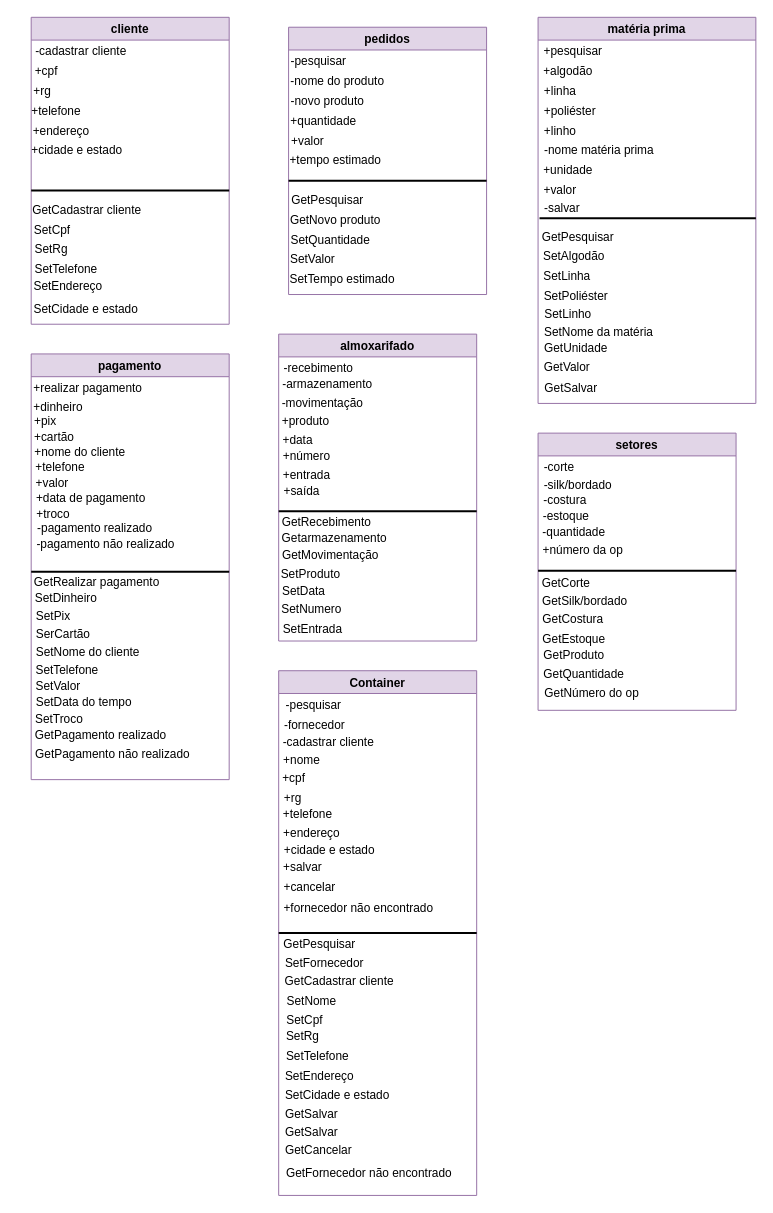
Earlier version of the draw.io diagram classes.drawio (vikjadach/fluxo1grama). Source tidied: cells renumbered, new cells numbered last; positions are measured from the earlier drawing's top-left corner, leaving out a move shared by most shapes. Both pictures are drawn from the tidied source at 99%, with x=0, y=0 at pixel (17, 17).
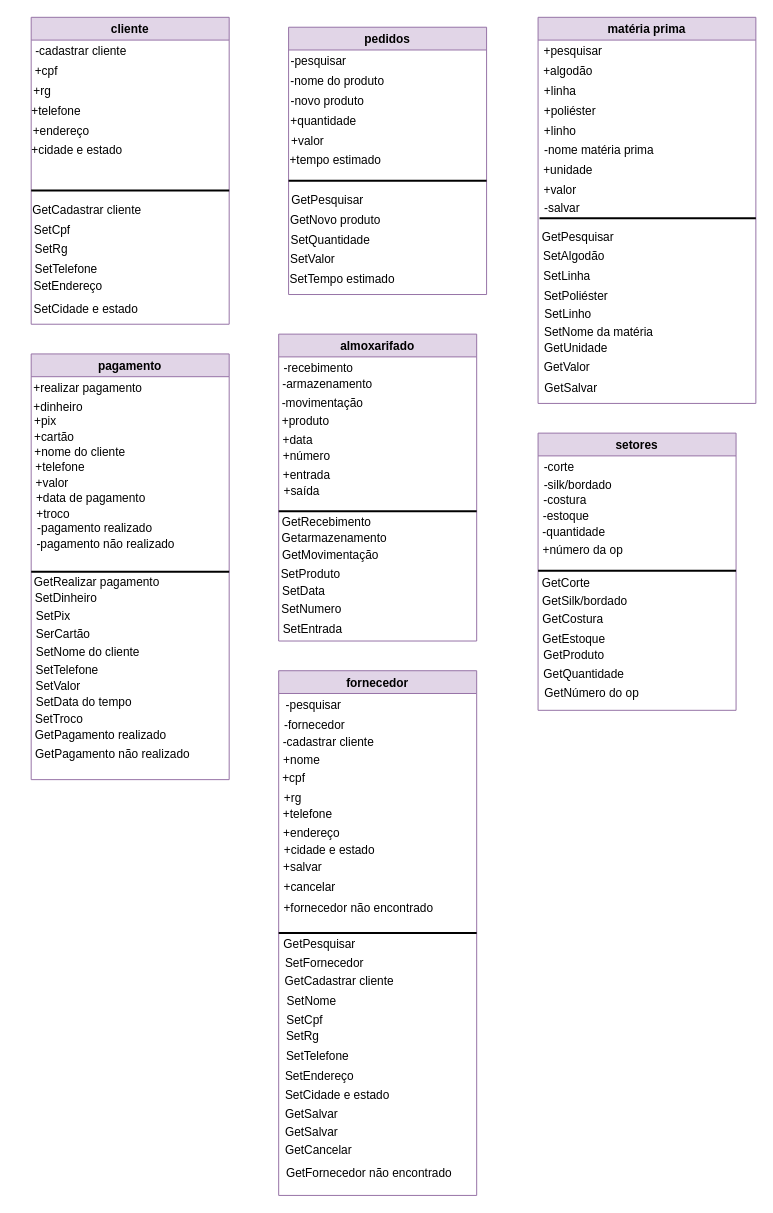
After the change.

The edit, as a diff of the source:
```diff
@@
-    <mxCell id="105" value="Container" style="swimlane;fillColor=#e1d5e7;strokeColor=#9673a6;" parent="1" vertex="1">
+    <mxCell id="105" value="fornecedor" style="swimlane;fillColor=#e1d5e7;strokeColor=#9673a6;" parent="1" vertex="1">
       <mxGeometry x="264" y="660" width="200" height="530" as="geometry" />
     </mxCell>
```
